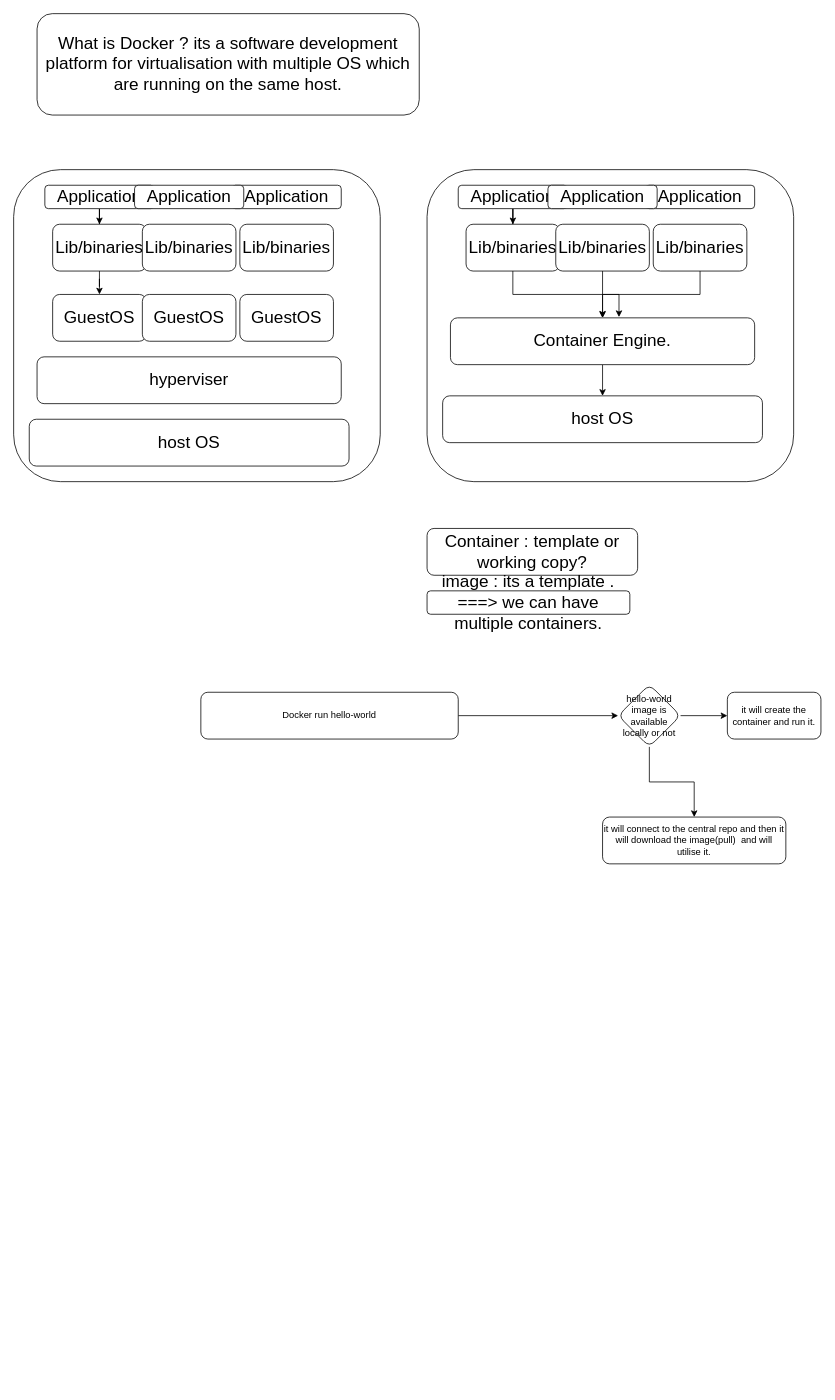
Earlier version of the draw.io diagram docker Intro.drawio (abhinandanchivate/DockerEYRepo). Source tidied: cells renumbered, new cells numbered last; positions are measured from the earlier drawing's top-left corner, leaving out a move shared by most shapes. Both pictures are drawn from the tidied source at 78%, with x=0, y=0 at pixel (13, 13).
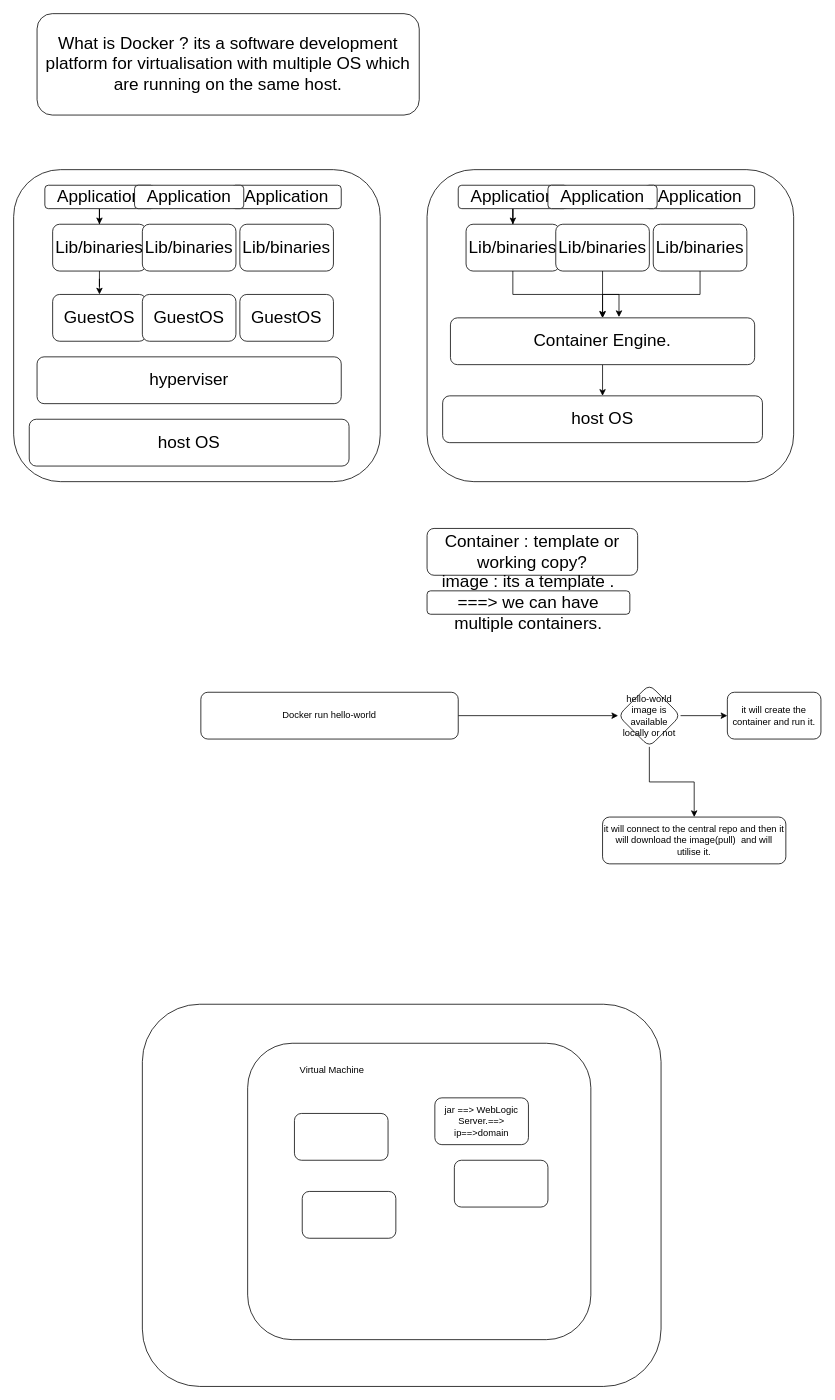
The same page after the edit.

The edit, as a diff of the source:
```diff
@@
+    <mxCell id="40" style="rounded=1;whiteSpace=wrap;html=1;" parent="1" vertex="1">
+      <mxGeometry x="165" y="1270" width="665" height="490" as="geometry" />
+    </mxCell>
@@
+    <mxCell id="41" style="rounded=1;whiteSpace=wrap;html=1;" parent="1" vertex="1">
+      <mxGeometry x="300" y="1320" width="440" height="380" as="geometry" />
+    </mxCell>
+    <mxCell id="42" value="Virtual Machine&amp;nbsp;" style="text;html=1;strokeColor=none;fillColor=none;align=center;verticalAlign=middle;whiteSpace=wrap;rounded=0;" parent="1" vertex="1">
+      <mxGeometry x="350" y="1340" width="120" height="30" as="geometry" />
+    </mxCell>
+    <mxCell id="43" style="rounded=1;whiteSpace=wrap;html=1;" parent="1" vertex="1">
+      <mxGeometry x="360" y="1410" width="120" height="60" as="geometry" />
+    </mxCell>
+    <mxCell id="44" style="rounded=1;whiteSpace=wrap;html=1;" parent="1" vertex="1">
+      <mxGeometry x="370" y="1510" width="120" height="60" as="geometry" />
+    </mxCell>
+    <mxCell id="45" style="rounded=1;whiteSpace=wrap;html=1;" parent="1" vertex="1">
+      <mxGeometry x="565" y="1470" width="120" height="60" as="geometry" />
+    </mxCell>
+    <mxCell id="46" value="jar ==&amp;gt; WebLogic Server.==&amp;gt; ip==&amp;gt;domain" style="rounded=1;whiteSpace=wrap;html=1;" parent="1" vertex="1">
+      <mxGeometry x="540" y="1390" width="120" height="60" as="geometry" />
+    </mxCell>
```
